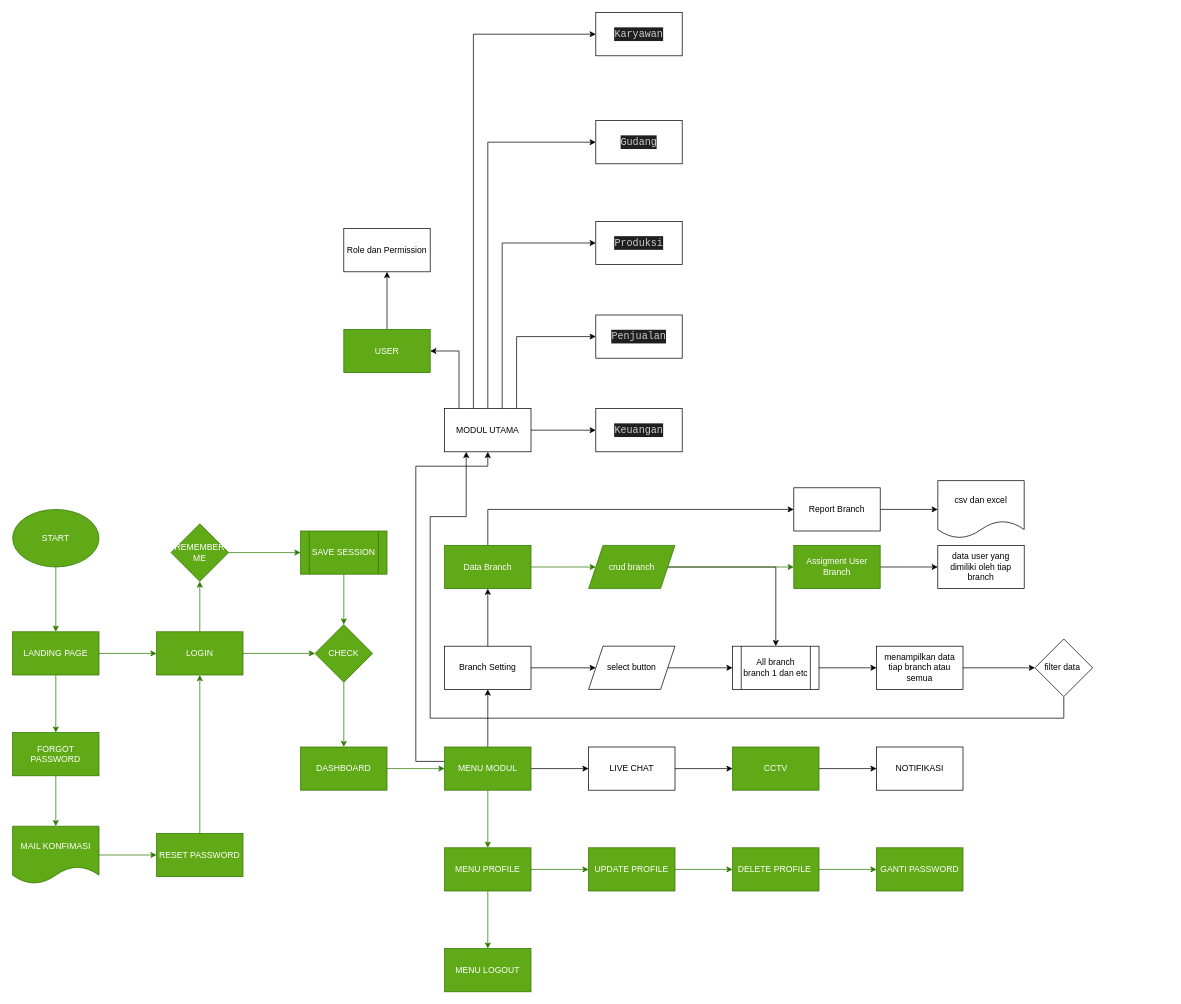
This is public/dokumentasi/flow dan database.drawio from wahyudedik/qalcuity-erp, a draw.io file, before an edit. Source tidied: cells renumbered, new cells numbered last; positions are measured from the earlier drawing's top-left corner, leaving out a move shared by most shapes. Both pictures are drawn from the tidied source at 72%, with x=0, y=0 at pixel (12, 12).
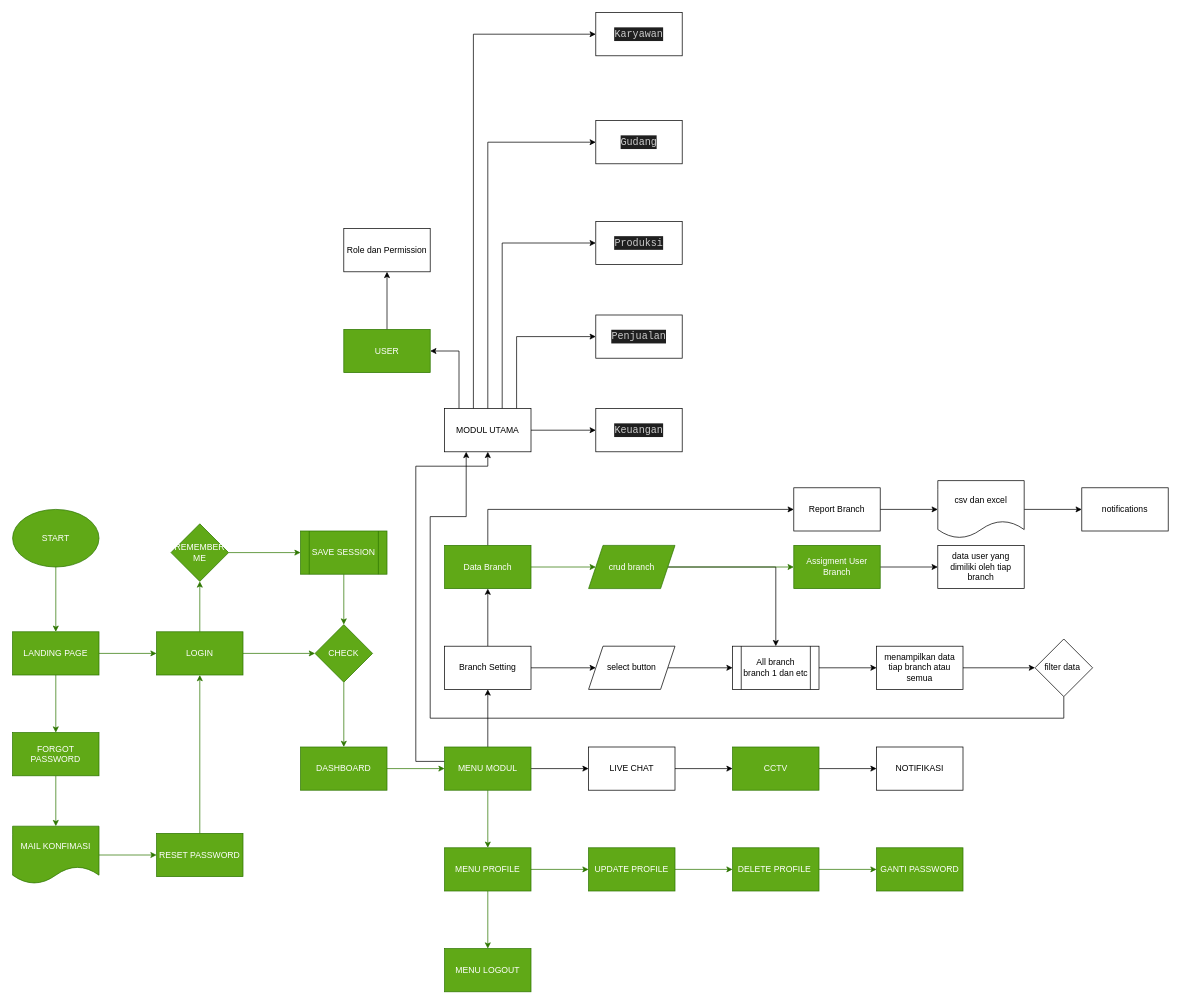
The same diagram, later.

Unchanged cells that the change refers to:
```xml
<mxCell id="79" value="csv dan excel" style="shape=document;whiteSpace=wrap;html=1;boundedLbl=1;" parent="1" vertex="1">
  <mxGeometry x="1285" y="650" width="120" height="80" as="geometry" />
</mxCell>
```

What changed in the source:
```diff
@@
+    <mxCell id="81" style="edgeStyle=orthogonalEdgeStyle;rounded=0;jettySize=auto;html=1;" parent="1" edge="1" source="79" target="82">
+      <mxGeometry relative="1" as="geometry" />
+    </mxCell>
@@
+    <mxCell id="82" value="notifications" style="whiteSpace=wrap;html=1;" parent="1" vertex="1">
+      <mxGeometry x="1485" y="660" width="120" height="60" as="geometry" />
+    </mxCell>
```
